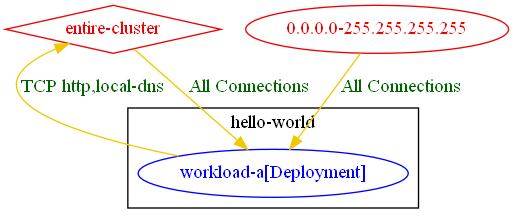
This is test_outputs/connlist/exposure_test_egress_to_entire_cluster_with_named_ports_connlist_output.dot.png from np-guard/netpol-analyzer, a Graphviz export, as it was before one commit. Its source is kept beside it as test_outputs/connlist/exposure_test_egress_to_entire_cluster_with_named_ports_connlist_output.dot. Its diagram source:
```dot
digraph {
	subgraph "cluster_hello_world" {
		color="black"
		fontcolor="black"
		"hello-world/workload-a[Deployment]" [label="workload-a[Deployment]" color="blue" fontcolor="blue"]
		label="hello-world"
	}
	"0.0.0.0-255.255.255.255" [label="0.0.0.0-255.255.255.255" color="red2" fontcolor="red2"]
	"entire-cluster" [label="entire-cluster" color="red2" fontcolor="red2" shape=diamond]
	"0.0.0.0-255.255.255.255" -> "hello-world/workload-a[Deployment]" [label="All Connections" color="gold2" fontcolor="darkgreen"]
	"entire-cluster" -> "hello-world/workload-a[Deployment]" [label="All Connections" color="gold2" fontcolor="darkgreen" weight=1]
	"hello-world/workload-a[Deployment]" -> "entire-cluster" [label="TCP http,local-dns" color="gold2" fontcolor="darkgreen" weight=0.5]
}
```
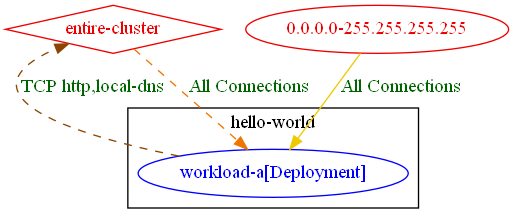
After the change.

What changed in the source:
```diff
@@ -8,6 +8,6 @@
 	"0.0.0.0-255.255.255.255" [label="0.0.0.0-255.255.255.255" color="red2" fontcolor="red2"]
 	"entire-cluster" [label="entire-cluster" color="red2" fontcolor="red2" shape=diamond]
 	"0.0.0.0-255.255.255.255" -> "hello-world/workload-a[Deployment]" [label="All Connections" color="gold2" fontcolor="darkgreen"]
-	"entire-cluster" -> "hello-world/workload-a[Deployment]" [label="All Connections" color="gold2" fontcolor="darkgreen" weight=1]
-	"hello-world/workload-a[Deployment]" -> "entire-cluster" [label="TCP http,local-dns" color="gold2" fontcolor="darkgreen" weight=0.5]
+	"entire-cluster" -> "hello-world/workload-a[Deployment]" [label="All Connections" color="darkorange2" fontcolor="darkgreen" weight=1 style=dashed]
+	"hello-world/workload-a[Deployment]" -> "entire-cluster" [label="TCP http,local-dns" color="darkorange4" fontcolor="darkgreen" weight=0.5 style=dashed]
 }
```
